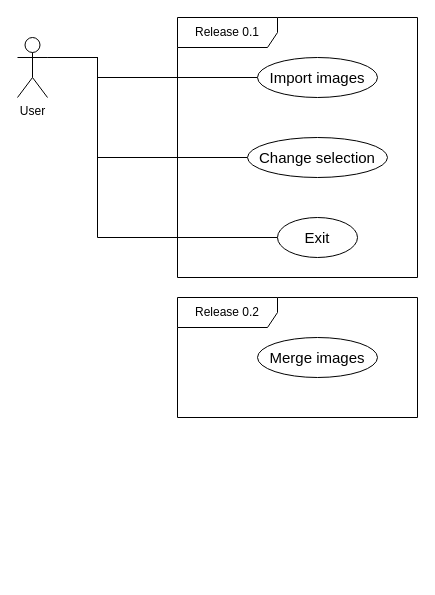
This is docs/design/usecases.drawio from AR0EN/img-pro, a draw.io file, before an edit. Source tidied: cells renumbered, new cells numbered last; positions are measured from the earlier drawing's top-left corner, leaving out a move shared by most shapes. Both pictures are drawn from the tidied source at 100%, with x=0, y=0 at pixel (17, 17).
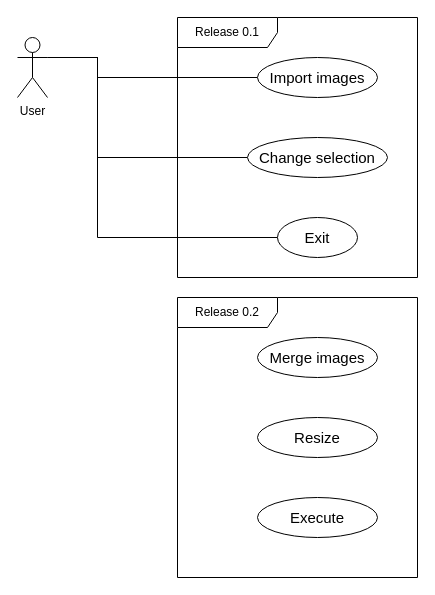
The same page after the edit.

What changed in the source:
```diff
@@
 <mxGraphModel background="#ffffff">
   <root>
     <mxCell id="0" />
     <mxCell id="1" parent="0" />
     <mxCell id="2" value="Release 0.1" style="shape=umlFrame;whiteSpace=wrap;html=1;width=100;height=30;align=center;" parent="1" vertex="1">
       <mxGeometry x="160" width="240" height="260" as="geometry" />
     </mxCell>
     <mxCell id="3" style="edgeStyle=orthogonalEdgeStyle;rounded=0;jettySize=auto;html=1;entryX=0;entryY=0.5;entryDx=0;entryDy=0;endArrow=none;endFill=0;exitX=1;exitY=0.3333333333333333;exitDx=0;exitDy=0;exitPerimeter=0;" parent="1" edge="1" source="6" target="7">
       <mxGeometry relative="1" as="geometry">
         <Array as="points">
           <mxPoint x="80" y="40" />
           <mxPoint x="80" y="60" />
         </Array>
       </mxGeometry>
     </mxCell>
     <mxCell id="4" style="edgeStyle=orthogonalEdgeStyle;rounded=0;jettySize=auto;html=1;entryX=0;entryY=0.5;entryDx=0;entryDy=0;endArrow=none;endFill=0;exitX=1;exitY=0.3333333333333333;exitDx=0;exitDy=0;exitPerimeter=0;" parent="1" edge="1" source="6" target="8">
       <mxGeometry relative="1" as="geometry">
         <Array as="points">
           <mxPoint x="80" y="40" />
           <mxPoint x="80" y="140" />
         </Array>
       </mxGeometry>
     </mxCell>
     <mxCell id="5" style="edgeStyle=orthogonalEdgeStyle;rounded=0;jettySize=auto;html=1;endArrow=none;endFill=0;entryX=0;entryY=0.5;entryDx=0;entryDy=0;" parent="1" edge="1" target="9">
       <mxGeometry relative="1" as="geometry">
         <mxPoint x="40" y="40" as="sourcePoint" />
         <Array as="points">
           <mxPoint x="80" y="40" />
           <mxPoint x="80" y="220" />
         </Array>
       </mxGeometry>
     </mxCell>
     <mxCell id="6" value="User" style="shape=umlActor;verticalLabelPosition=bottom;labelBackgroundColor=#ffffff;verticalAlign=top;html=1;" parent="1" vertex="1">
       <mxGeometry y="20" width="30" height="60" as="geometry" />
     </mxCell>
     <mxCell id="7" value="Import images" style="ellipse;whiteSpace=wrap;html=1;fontSize=15;" parent="1" vertex="1">
       <mxGeometry x="240" y="40" width="120" height="40" as="geometry" />
     </mxCell>
     <mxCell id="8" value="Change selection" style="ellipse;whiteSpace=wrap;html=1;fontSize=15;" parent="1" vertex="1">
       <mxGeometry x="230" y="120" width="140" height="40" as="geometry" />
     </mxCell>
     <mxCell id="9" value="Exit" style="ellipse;whiteSpace=wrap;html=1;fontSize=15;" parent="1" vertex="1">
       <mxGeometry x="260" y="200" width="80" height="40" as="geometry" />
     </mxCell>
     <mxCell id="10" value="Release 0.2" style="shape=umlFrame;whiteSpace=wrap;html=1;width=100;height=30;" parent="1" vertex="1">
-      <mxGeometry x="160" y="280" width="240" height="120" as="geometry" />
+      <mxGeometry x="160" y="280" width="240" height="280" as="geometry" />
     </mxCell>
     <mxCell id="11" value="Merge images" style="ellipse;whiteSpace=wrap;html=1;fontSize=15;" parent="1" vertex="1">
       <mxGeometry x="240" y="320" width="120" height="40" as="geometry" />
     </mxCell>
+    <mxCell id="12" value="Resize" style="ellipse;whiteSpace=wrap;html=1;fontSize=15;" parent="1" vertex="1">
+      <mxGeometry x="240" y="400" width="120" height="40" as="geometry" />
+    </mxCell>
+    <mxCell id="13" value="Execute" style="ellipse;whiteSpace=wrap;html=1;fontSize=15;" parent="1" vertex="1">
+      <mxGeometry x="240" y="480" width="120" height="40" as="geometry" />
+    </mxCell>
   </root>
 </mxGraphModel>
```
